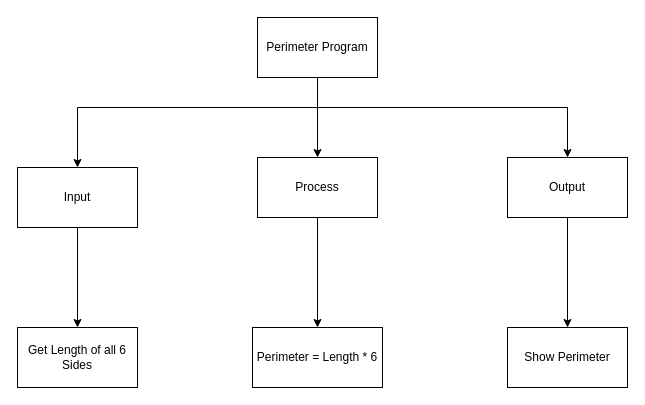
Above: design.drawio in Ethan-Prieur1/ICS3U-Assignment2 (draw.io), before the change. Source tidied: cells renumbered, new cells numbered last; positions are measured from the earlier drawing's top-left corner, leaving out a move shared by most shapes. Both pictures are drawn from the tidied source at 100%, with x=0, y=0 at pixel (17, 17).
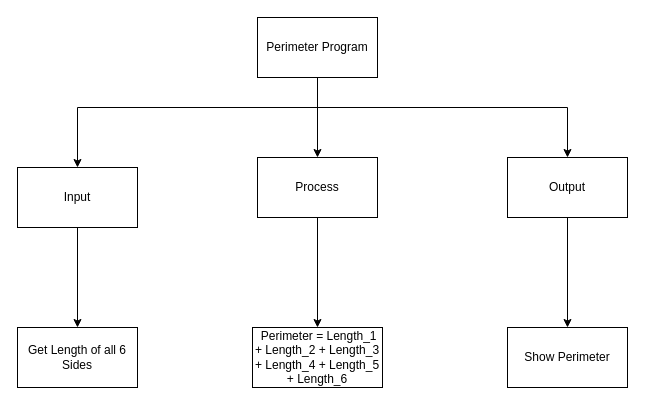
Above is the later version.

The edit, as a diff of the source:
```diff
@@
 <mxGraphModel>
   <root>
     <mxCell id="0" />
     <mxCell id="1" parent="0" />
     <mxCell id="2" style="edgeStyle=none;html=1;entryX=0.5;entryY=0;entryDx=0;entryDy=0;jumpStyle=line;" parent="1" edge="1" target="9">
       <mxGeometry relative="1" as="geometry">
         <mxPoint x="300" y="60" as="sourcePoint" />
       </mxGeometry>
     </mxCell>
     <mxCell id="3" style="edgeStyle=orthogonalEdgeStyle;rounded=0;jumpStyle=line;html=1;entryX=0.5;entryY=0;entryDx=0;entryDy=0;" parent="1" edge="1" source="5" target="7">
       <mxGeometry relative="1" as="geometry">
         <Array as="points">
           <mxPoint x="300" y="90" />
           <mxPoint x="60" y="90" />
         </Array>
       </mxGeometry>
     </mxCell>
     <mxCell id="4" style="edgeStyle=orthogonalEdgeStyle;shape=connector;rounded=0;jumpStyle=line;html=1;labelBackgroundColor=default;fontFamily=Helvetica;fontSize=11;fontColor=default;endArrow=classic;strokeColor=default;" parent="1" edge="1" source="5" target="11">
       <mxGeometry relative="1" as="geometry">
         <Array as="points">
           <mxPoint x="300" y="90" />
           <mxPoint x="550" y="90" />
         </Array>
       </mxGeometry>
     </mxCell>
     <mxCell id="5" value="Perimeter Program" style="rounded=0;whiteSpace=wrap;html=1;" parent="1" vertex="1">
       <mxGeometry x="240" width="120" height="60" as="geometry" />
     </mxCell>
     <mxCell id="6" style="edgeStyle=none;html=1;" parent="1" edge="1" source="7" target="12">
       <mxGeometry relative="1" as="geometry" />
     </mxCell>
     <mxCell id="7" value="Input" style="rounded=0;whiteSpace=wrap;html=1;" parent="1" vertex="1">
       <mxGeometry y="150" width="120" height="60" as="geometry" />
     </mxCell>
     <mxCell id="8" style="edgeStyle=none;html=1;" parent="1" edge="1" source="9" target="13">
       <mxGeometry relative="1" as="geometry" />
     </mxCell>
     <mxCell id="9" value="Process" style="rounded=0;whiteSpace=wrap;html=1;" parent="1" vertex="1">
       <mxGeometry x="240" y="140" width="120" height="60" as="geometry" />
     </mxCell>
     <mxCell id="10" style="edgeStyle=none;html=1;" parent="1" edge="1" source="11" target="14">
       <mxGeometry relative="1" as="geometry" />
     </mxCell>
     <mxCell id="11" value="Output" style="rounded=0;whiteSpace=wrap;html=1;" parent="1" vertex="1">
       <mxGeometry x="490" y="140" width="120" height="60" as="geometry" />
     </mxCell>
     <mxCell id="12" value="Get Length of all 6 Sides" style="rounded=0;whiteSpace=wrap;html=1;" parent="1" vertex="1">
       <mxGeometry y="310" width="120" height="60" as="geometry" />
     </mxCell>
-    <mxCell id="13" value="Perimeter = Length * 6" style="rounded=0;whiteSpace=wrap;html=1;" parent="1" vertex="1">
+    <mxCell id="13" value="&amp;nbsp;Perimeter = Length_1 + Length_2 + Length_3 + Length_4 + Length_5 + Length_6" style="rounded=0;whiteSpace=wrap;html=1;" parent="1" vertex="1">
       <mxGeometry x="235" y="310" width="130" height="60" as="geometry" />
     </mxCell>
     <mxCell id="14" value="Show Perimeter" style="rounded=0;whiteSpace=wrap;html=1;" parent="1" vertex="1">
       <mxGeometry x="490" y="310" width="120" height="60" as="geometry" />
     </mxCell>
   </root>
 </mxGraphModel>
```
